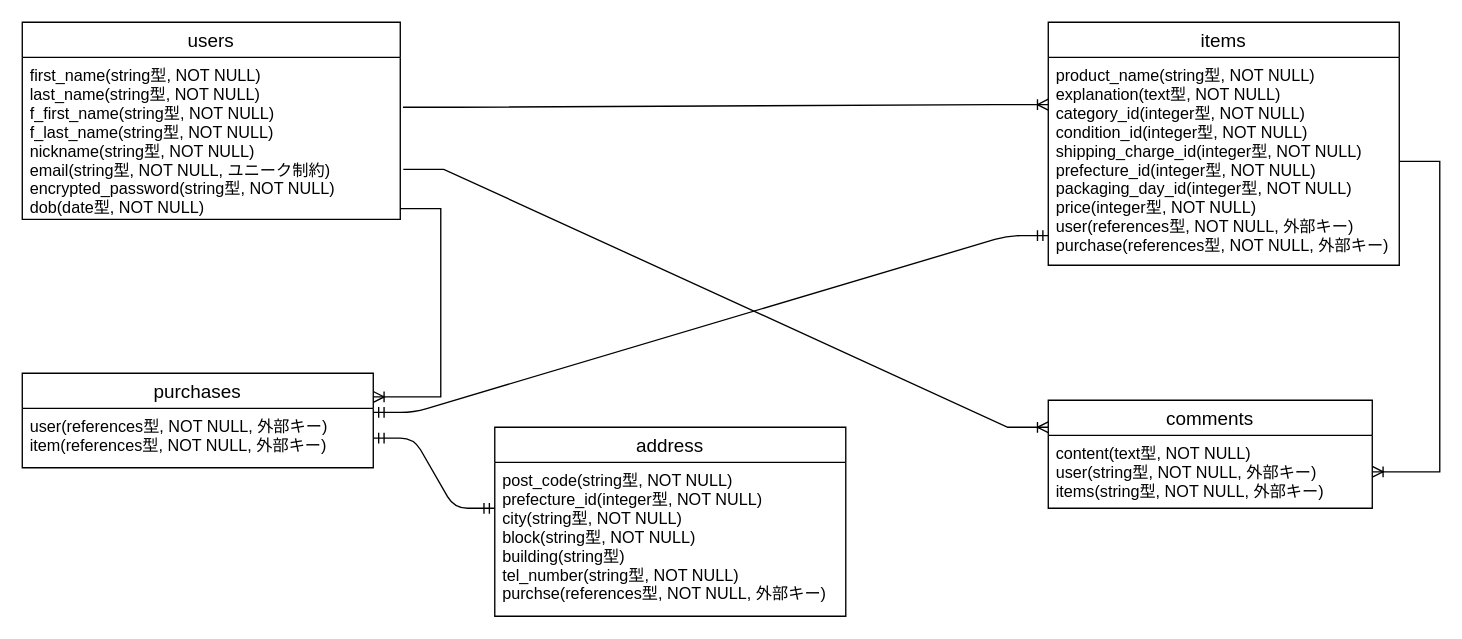
This is ER.dio from taaa0905/furima-37357, a draw.io file, before an edit. Source tidied: cells renumbered, new cells numbered last; positions are measured from the earlier drawing's top-left corner, leaving out a move shared by most shapes. Both pictures are drawn from the tidied source at 135%, with x=0, y=0 at pixel (22, 22).
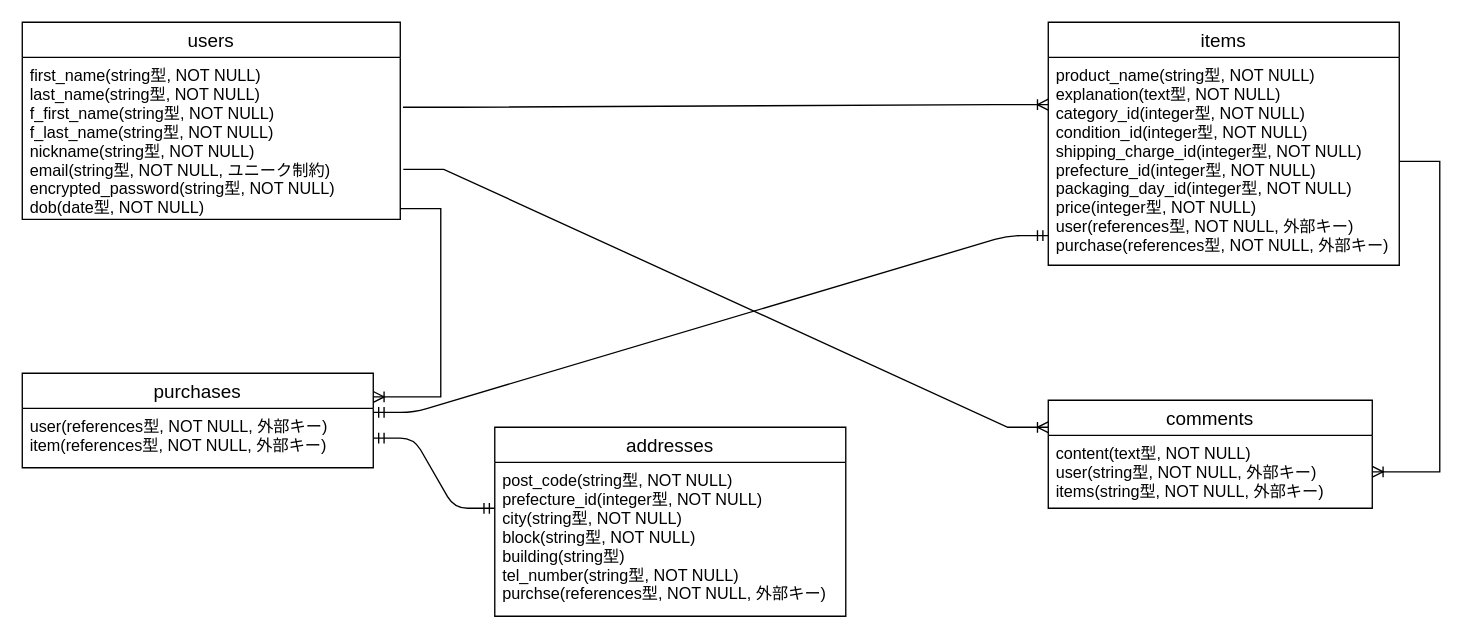
The same diagram, later.

Commit message:
ER図変更点修正

Change to the diagram source:
```diff
@@
-    <mxCell id="13" value="address" style="swimlane;fontStyle=0;horizontal=1;startSize=26;align=center;fontSize=14;" parent="1" vertex="1">
+    <mxCell id="13" value="addresses" style="swimlane;fontStyle=0;horizontal=1;startSize=26;align=center;fontSize=14;" parent="1" vertex="1">
       <mxGeometry x="350" y="300" width="260" height="140" as="geometry" />
     </mxCell>
```
